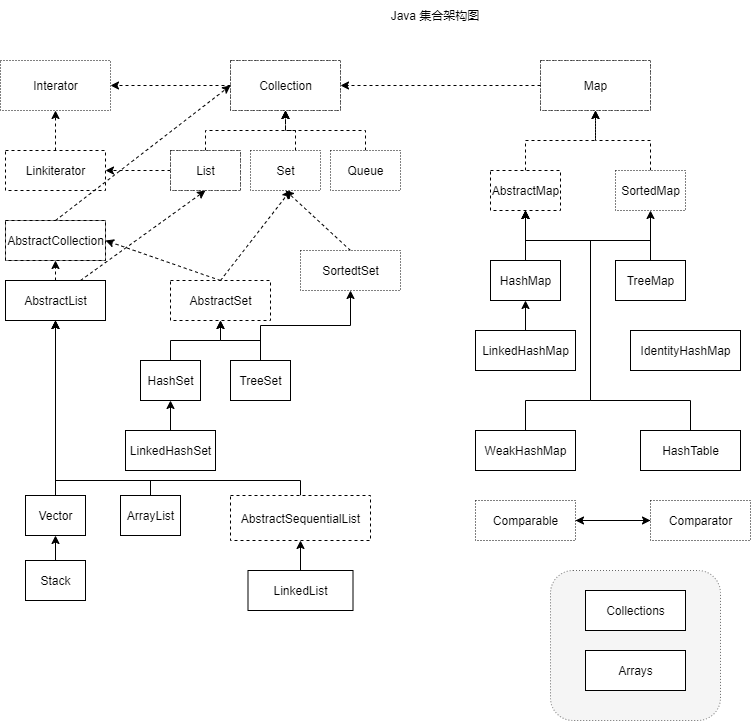
gongthub/wiki keeps this draw.io diagram as docs/Resources/collection.png. Above is the earlier version. Source tidied: cells renumbered, new cells last; positions are measured from the earlier drawing's top-left corner, leaving out a move shared by most shapes. Its diagram source:
```xml
<mxGraphModel>
  <root>
    <mxCell id="0" />
    <mxCell id="1" parent="0" />
    <mxCell id="2" style="rounded=1;whiteSpace=wrap;html=1;dashed=1;dashPattern=1 2;fillColor=#f5f5f5;strokeColor=#666666;fontColor=#333333;" parent="1" vertex="1">
      <mxGeometry x="550" y="570" width="170" height="150" as="geometry" />
    </mxCell>
    <mxCell id="3" value="Interator" style="html=1;dashed=1;dashPattern=1 2;" parent="1" vertex="1">
      <mxGeometry y="60" width="110" height="50" as="geometry" />
    </mxCell>
    <mxCell id="4" value="Collection" style="html=1;dashed=1;" parent="1" vertex="1">
      <mxGeometry x="230" y="60" width="110" height="50" as="geometry" />
    </mxCell>
    <mxCell id="5" value="Map" style="html=1;dashed=1;" parent="1" vertex="1">
      <mxGeometry x="540" y="60" width="110" height="50" as="geometry" />
    </mxCell>
    <mxCell id="6" style="edgeStyle=orthogonalEdgeStyle;rounded=0;jettySize=auto;html=1;exitX=0.5;exitY=0;exitDx=0;exitDy=0;dashed=1;" parent="1" edge="1" source="7" target="3">
      <mxGeometry relative="1" as="geometry" />
    </mxCell>
    <mxCell id="7" value="Linkiterator" style="html=1;dashed=1;" parent="1" vertex="1">
      <mxGeometry x="5" y="150" width="100" height="40" as="geometry" />
    </mxCell>
    <mxCell id="8" value="List" style="html=1;dashed=1;" parent="1" vertex="1">
      <mxGeometry x="170" y="150" width="70" height="40" as="geometry" />
    </mxCell>
    <mxCell id="9" style="edgeStyle=orthogonalEdgeStyle;rounded=0;jettySize=auto;html=1;exitX=0.5;exitY=0;exitDx=0;exitDy=0;dashed=1;" parent="1" edge="1" target="62">
      <mxGeometry relative="1" as="geometry">
        <mxPoint x="295" y="150" as="sourcePoint" />
      </mxGeometry>
    </mxCell>
    <mxCell id="10" style="edgeStyle=orthogonalEdgeStyle;rounded=0;jettySize=auto;html=1;exitX=0.5;exitY=0;exitDx=0;exitDy=0;dashed=1;entryX=0.5;entryY=1;entryDx=0;entryDy=0;" parent="1" edge="1" source="11" target="57">
      <mxGeometry relative="1" as="geometry" />
    </mxCell>
    <mxCell id="11" value="SortedMap" style="html=1;dashed=1;dashPattern=1 2;" parent="1" vertex="1">
      <mxGeometry x="615" y="170" width="70" height="40" as="geometry" />
    </mxCell>
    <mxCell id="12" value="AbstractCollection" style="html=1;" parent="1" vertex="1">
      <mxGeometry x="5" y="220" width="100" height="40" as="geometry" />
    </mxCell>
    <mxCell id="13" style="edgeStyle=none;rounded=0;jettySize=auto;html=1;exitX=0.75;exitY=0;exitDx=0;exitDy=0;entryX=0.5;entryY=1;entryDx=0;entryDy=0;dashed=1;" parent="1" edge="1" source="15" target="65">
      <mxGeometry relative="1" as="geometry" />
    </mxCell>
    <mxCell id="14" style="edgeStyle=none;rounded=0;jettySize=auto;html=1;exitX=0.5;exitY=0;exitDx=0;exitDy=0;entryX=0.5;entryY=1;entryDx=0;entryDy=0;dashed=1;" parent="1" edge="1" source="15" target="69">
      <mxGeometry relative="1" as="geometry" />
    </mxCell>
    <mxCell id="15" value="AbstractList" style="html=1;" parent="1" vertex="1">
      <mxGeometry x="5" y="280" width="100" height="40" as="geometry" />
    </mxCell>
    <mxCell id="16" style="edgeStyle=none;rounded=0;jettySize=auto;html=1;exitX=0.5;exitY=0;exitDx=0;exitDy=0;dashed=1;" parent="1" edge="1" source="18">
      <mxGeometry relative="1" as="geometry">
        <mxPoint x="290" y="190" as="targetPoint" />
      </mxGeometry>
    </mxCell>
    <mxCell id="17" style="edgeStyle=none;rounded=0;jettySize=auto;html=1;exitX=0.5;exitY=0;exitDx=0;exitDy=0;entryX=1;entryY=0.5;entryDx=0;entryDy=0;dashed=1;" parent="1" edge="1" source="18" target="69">
      <mxGeometry relative="1" as="geometry" />
    </mxCell>
    <mxCell id="18" value="AbstractSet" style="html=1;dashed=1;" parent="1" vertex="1">
      <mxGeometry x="170" y="280" width="100" height="40" as="geometry" />
    </mxCell>
    <mxCell id="19" style="edgeStyle=none;rounded=0;jettySize=auto;html=1;exitX=0.5;exitY=0;exitDx=0;exitDy=0;entryX=0.5;entryY=1;entryDx=0;entryDy=0;dashed=1;" parent="1" edge="1" source="20" target="60">
      <mxGeometry relative="1" as="geometry" />
    </mxCell>
    <mxCell id="20" value="SortedtSet" style="html=1;dashed=1;dashPattern=1 2;" parent="1" vertex="1">
      <mxGeometry x="300" y="250" width="100" height="40" as="geometry" />
    </mxCell>
    <mxCell id="21" style="edgeStyle=orthogonalEdgeStyle;rounded=0;jettySize=auto;html=1;exitX=0.5;exitY=0;exitDx=0;exitDy=0;entryX=0.5;entryY=1;entryDx=0;entryDy=0;" parent="1" edge="1" source="22" target="18">
      <mxGeometry relative="1" as="geometry" />
    </mxCell>
    <mxCell id="22" value="HashSet" style="html=1;" parent="1" vertex="1">
      <mxGeometry x="140" y="360" width="60" height="40" as="geometry" />
    </mxCell>
    <mxCell id="23" style="edgeStyle=orthogonalEdgeStyle;rounded=0;jettySize=auto;html=1;exitX=0.5;exitY=0;exitDx=0;exitDy=0;" parent="1" edge="1" source="25">
      <mxGeometry relative="1" as="geometry">
        <mxPoint x="220" y="320" as="targetPoint" />
      </mxGeometry>
    </mxCell>
    <mxCell id="24" style="edgeStyle=orthogonalEdgeStyle;rounded=0;jettySize=auto;html=1;exitX=0.5;exitY=0;exitDx=0;exitDy=0;entryX=0.5;entryY=1;entryDx=0;entryDy=0;" parent="1" edge="1" source="25" target="20">
      <mxGeometry relative="1" as="geometry" />
    </mxCell>
    <mxCell id="25" value="TreeSet" style="html=1;" parent="1" vertex="1">
      <mxGeometry x="230" y="360" width="60" height="40" as="geometry" />
    </mxCell>
    <mxCell id="26" style="edgeStyle=orthogonalEdgeStyle;rounded=0;jettySize=auto;html=1;exitX=0.5;exitY=0;exitDx=0;exitDy=0;entryX=0.5;entryY=1;entryDx=0;entryDy=0;" parent="1" edge="1" source="27" target="22">
      <mxGeometry relative="1" as="geometry" />
    </mxCell>
    <mxCell id="27" value="LinkedHashSet" style="html=1;" parent="1" vertex="1">
      <mxGeometry x="125" y="430" width="90" height="40" as="geometry" />
    </mxCell>
    <mxCell id="28" style="edgeStyle=none;rounded=0;jettySize=auto;html=1;exitX=0.5;exitY=0;exitDx=0;exitDy=0;entryX=0.5;entryY=1;entryDx=0;entryDy=0;" parent="1" edge="1" source="29" target="15">
      <mxGeometry relative="1" as="geometry" />
    </mxCell>
    <mxCell id="29" value="Vector" style="html=1;" parent="1" vertex="1">
      <mxGeometry x="25" y="495" width="60" height="40" as="geometry" />
    </mxCell>
    <mxCell id="30" style="edgeStyle=orthogonalEdgeStyle;rounded=0;jettySize=auto;html=1;exitX=0.5;exitY=0;exitDx=0;exitDy=0;entryX=0.5;entryY=1;entryDx=0;entryDy=0;" parent="1" edge="1" source="31" target="29">
      <mxGeometry relative="1" as="geometry" />
    </mxCell>
    <mxCell id="31" value="Stack" style="html=1;" parent="1" vertex="1">
      <mxGeometry x="25" y="560" width="60" height="40" as="geometry" />
    </mxCell>
    <mxCell id="32" style="edgeStyle=orthogonalEdgeStyle;rounded=0;jettySize=auto;html=1;exitX=0.5;exitY=0;exitDx=0;exitDy=0;entryX=0.5;entryY=1;entryDx=0;entryDy=0;" parent="1" edge="1" source="33" target="15">
      <mxGeometry relative="1" as="geometry">
        <Array as="points">
          <mxPoint x="150" y="480" />
          <mxPoint x="55" y="480" />
        </Array>
      </mxGeometry>
    </mxCell>
    <mxCell id="33" value="ArrayList" style="html=1;" parent="1" vertex="1">
      <mxGeometry x="120" y="495" width="60" height="40" as="geometry" />
    </mxCell>
    <mxCell id="34" style="edgeStyle=orthogonalEdgeStyle;rounded=0;jettySize=auto;html=1;exitX=0.5;exitY=0;exitDx=0;exitDy=0;entryX=0.5;entryY=1;entryDx=0;entryDy=0;" parent="1" edge="1" source="35" target="15">
      <mxGeometry relative="1" as="geometry">
        <Array as="points">
          <mxPoint x="300" y="480" />
          <mxPoint x="55" y="480" />
        </Array>
      </mxGeometry>
    </mxCell>
    <mxCell id="35" value="AbstractSequentialList" style="html=1;dashed=1;" parent="1" vertex="1">
      <mxGeometry x="230" y="495" width="140" height="45" as="geometry" />
    </mxCell>
    <mxCell id="36" style="edgeStyle=orthogonalEdgeStyle;rounded=0;jettySize=auto;html=1;exitX=0.5;exitY=0;exitDx=0;exitDy=0;entryX=0.5;entryY=1;entryDx=0;entryDy=0;" parent="1" edge="1" source="37" target="35">
      <mxGeometry relative="1" as="geometry" />
    </mxCell>
    <mxCell id="37" value="LinkedList" style="html=1;" parent="1" vertex="1">
      <mxGeometry x="247.5" y="570" width="105" height="40" as="geometry" />
    </mxCell>
    <mxCell id="38" style="edgeStyle=orthogonalEdgeStyle;rounded=0;jettySize=auto;html=1;exitX=0.5;exitY=0;exitDx=0;exitDy=0;entryX=0.5;entryY=1;entryDx=0;entryDy=0;" parent="1" edge="1" source="39" target="67">
      <mxGeometry relative="1" as="geometry" />
    </mxCell>
    <mxCell id="39" value="HashMap" style="html=1;" parent="1" vertex="1">
      <mxGeometry x="490" y="260" width="70" height="40" as="geometry" />
    </mxCell>
    <mxCell id="40" style="edgeStyle=orthogonalEdgeStyle;rounded=0;jettySize=auto;html=1;exitX=0.5;exitY=0;exitDx=0;exitDy=0;entryX=0.5;entryY=1;entryDx=0;entryDy=0;" parent="1" edge="1" source="41" target="39">
      <mxGeometry relative="1" as="geometry" />
    </mxCell>
    <mxCell id="41" value="LinkedHashMap" style="html=1;" parent="1" vertex="1">
      <mxGeometry x="475" y="330" width="100" height="40" as="geometry" />
    </mxCell>
    <mxCell id="42" style="edgeStyle=orthogonalEdgeStyle;rounded=0;jettySize=auto;html=1;exitX=0.5;exitY=0;exitDx=0;exitDy=0;entryX=0.5;entryY=1;entryDx=0;entryDy=0;" parent="1" edge="1" source="44" target="11">
      <mxGeometry relative="1" as="geometry" />
    </mxCell>
    <mxCell id="43" style="edgeStyle=orthogonalEdgeStyle;rounded=0;jettySize=auto;html=1;exitX=0.5;exitY=0;exitDx=0;exitDy=0;entryX=0.5;entryY=1;entryDx=0;entryDy=0;" parent="1" edge="1" source="44" target="67">
      <mxGeometry relative="1" as="geometry">
        <Array as="points">
          <mxPoint x="650" y="240" />
          <mxPoint x="525" y="240" />
        </Array>
      </mxGeometry>
    </mxCell>
    <mxCell id="44" value="TreeMap" style="html=1;" parent="1" vertex="1">
      <mxGeometry x="615" y="260" width="70" height="40" as="geometry" />
    </mxCell>
    <mxCell id="45" value="IdentityHashMap" style="html=1;" parent="1" vertex="1">
      <mxGeometry x="630" y="330" width="110" height="40" as="geometry" />
    </mxCell>
    <mxCell id="46" style="edgeStyle=orthogonalEdgeStyle;rounded=0;jettySize=auto;html=1;exitX=0.5;exitY=0;exitDx=0;exitDy=0;entryX=0.5;entryY=1;entryDx=0;entryDy=0;" parent="1" edge="1" source="47" target="67">
      <mxGeometry relative="1" as="geometry">
        <Array as="points">
          <mxPoint x="525" y="400" />
          <mxPoint x="590" y="400" />
          <mxPoint x="590" y="240" />
          <mxPoint x="525" y="240" />
        </Array>
      </mxGeometry>
    </mxCell>
    <mxCell id="47" value="WeakHashMap" style="html=1;" parent="1" vertex="1">
      <mxGeometry x="475" y="430" width="100" height="40" as="geometry" />
    </mxCell>
    <mxCell id="48" style="edgeStyle=orthogonalEdgeStyle;rounded=0;jettySize=auto;html=1;exitX=0.5;exitY=0;exitDx=0;exitDy=0;entryX=0.5;entryY=1;entryDx=0;entryDy=0;" parent="1" edge="1" source="49" target="67">
      <mxGeometry relative="1" as="geometry">
        <Array as="points">
          <mxPoint x="690" y="400" />
          <mxPoint x="590" y="400" />
          <mxPoint x="590" y="240" />
          <mxPoint x="525" y="240" />
        </Array>
      </mxGeometry>
    </mxCell>
    <mxCell id="49" value="HashTable" style="html=1;" parent="1" vertex="1">
      <mxGeometry x="640" y="430" width="100" height="40" as="geometry" />
    </mxCell>
    <mxCell id="50" style="edgeStyle=orthogonalEdgeStyle;rounded=0;jettySize=auto;html=1;exitX=1;exitY=0.5;exitDx=0;exitDy=0;entryX=0;entryY=0.5;entryDx=0;entryDy=0;" parent="1" edge="1" source="51" target="53">
      <mxGeometry relative="1" as="geometry" />
    </mxCell>
    <mxCell id="51" value="Comparable" style="html=1;dashed=1;dashPattern=1 2;" parent="1" vertex="1">
      <mxGeometry x="475" y="500" width="100" height="40" as="geometry" />
    </mxCell>
    <mxCell id="52" style="edgeStyle=orthogonalEdgeStyle;rounded=0;jettySize=auto;html=1;entryX=1;entryY=0.5;entryDx=0;entryDy=0;" parent="1" edge="1" source="53" target="51">
      <mxGeometry relative="1" as="geometry" />
    </mxCell>
    <mxCell id="53" value="Comparator" style="html=1;dashed=1;dashPattern=1 2;" parent="1" vertex="1">
      <mxGeometry x="650" y="500" width="100" height="40" as="geometry" />
    </mxCell>
    <mxCell id="54" value="Collections" style="html=1;" parent="1" vertex="1">
      <mxGeometry x="585" y="590" width="100" height="40" as="geometry" />
    </mxCell>
    <mxCell id="55" value="Arrays" style="html=1;" parent="1" vertex="1">
      <mxGeometry x="585" y="650" width="100" height="40" as="geometry" />
    </mxCell>
    <mxCell id="56" style="edgeStyle=none;rounded=0;jettySize=auto;html=1;entryX=1;entryY=0.5;entryDx=0;entryDy=0;dashed=1;" parent="1" edge="1" source="57" target="62">
      <mxGeometry relative="1" as="geometry" />
    </mxCell>
    <mxCell id="57" value="Map" style="html=1;dashed=1;dashPattern=1 2;" parent="1" vertex="1">
      <mxGeometry x="540" y="60" width="110" height="50" as="geometry" />
    </mxCell>
    <mxCell id="58" style="edgeStyle=orthogonalEdgeStyle;rounded=0;jettySize=auto;html=1;exitX=0.5;exitY=0;exitDx=0;exitDy=0;entryX=0.5;entryY=1;entryDx=0;entryDy=0;dashed=1;" parent="1" edge="1" source="59" target="62">
      <mxGeometry relative="1" as="geometry" />
    </mxCell>
    <mxCell id="59" value="Queue" style="html=1;dashed=1;dashPattern=1 2;" parent="1" vertex="1">
      <mxGeometry x="330" y="150" width="70" height="40" as="geometry" />
    </mxCell>
    <mxCell id="60" value="Set" style="html=1;dashed=1;dashPattern=1 2;" parent="1" vertex="1">
      <mxGeometry x="250" y="150" width="70" height="40" as="geometry" />
    </mxCell>
    <mxCell id="61" style="edgeStyle=none;rounded=0;jettySize=auto;html=1;entryX=1;entryY=0.5;entryDx=0;entryDy=0;dashed=1;" parent="1" edge="1" source="62" target="3">
      <mxGeometry relative="1" as="geometry" />
    </mxCell>
    <mxCell id="62" value="Collection" style="html=1;dashed=1;dashPattern=1 2;" parent="1" vertex="1">
      <mxGeometry x="230" y="60" width="110" height="50" as="geometry" />
    </mxCell>
    <mxCell id="63" style="edgeStyle=orthogonalEdgeStyle;rounded=0;jettySize=auto;html=1;exitX=0.5;exitY=0;exitDx=0;exitDy=0;entryX=0.5;entryY=1;entryDx=0;entryDy=0;dashed=1;" parent="1" edge="1" source="65" target="62">
      <mxGeometry relative="1" as="geometry" />
    </mxCell>
    <mxCell id="64" style="edgeStyle=none;rounded=0;jettySize=auto;html=1;exitX=0;exitY=0.5;exitDx=0;exitDy=0;dashed=1;" parent="1" edge="1" source="65" target="7">
      <mxGeometry relative="1" as="geometry" />
    </mxCell>
    <mxCell id="65" value="List" style="html=1;dashed=1;dashPattern=1 2;" parent="1" vertex="1">
      <mxGeometry x="170" y="150" width="70" height="40" as="geometry" />
    </mxCell>
    <mxCell id="66" style="edgeStyle=orthogonalEdgeStyle;rounded=0;jettySize=auto;html=1;exitX=0.5;exitY=0;exitDx=0;exitDy=0;entryX=0.5;entryY=1;entryDx=0;entryDy=0;dashed=1;" parent="1" edge="1" source="67" target="57">
      <mxGeometry relative="1" as="geometry" />
    </mxCell>
    <mxCell id="67" value="AbstractMap" style="html=1;dashed=1;" parent="1" vertex="1">
      <mxGeometry x="490" y="170" width="70" height="40" as="geometry" />
    </mxCell>
    <mxCell id="68" style="rounded=0;jettySize=auto;html=1;exitX=0.5;exitY=0;exitDx=0;exitDy=0;entryX=0;entryY=0.5;entryDx=0;entryDy=0;dashed=1;" parent="1" edge="1" source="69" target="62">
      <mxGeometry relative="1" as="geometry" />
    </mxCell>
    <mxCell id="69" value="AbstractCollection" style="html=1;dashed=1;" parent="1" vertex="1">
      <mxGeometry x="5" y="220" width="100" height="40" as="geometry" />
    </mxCell>
    <mxCell id="70" value="Java 集合架构图" style="text;html=1;strokeColor=none;fillColor=none;align=center;verticalAlign=middle;whiteSpace=wrap;rounded=0;dashed=1;dashPattern=1 2;" parent="1" vertex="1">
      <mxGeometry x="370" width="130" height="30" as="geometry" />
    </mxCell>
  </root>
</mxGraphModel>
```
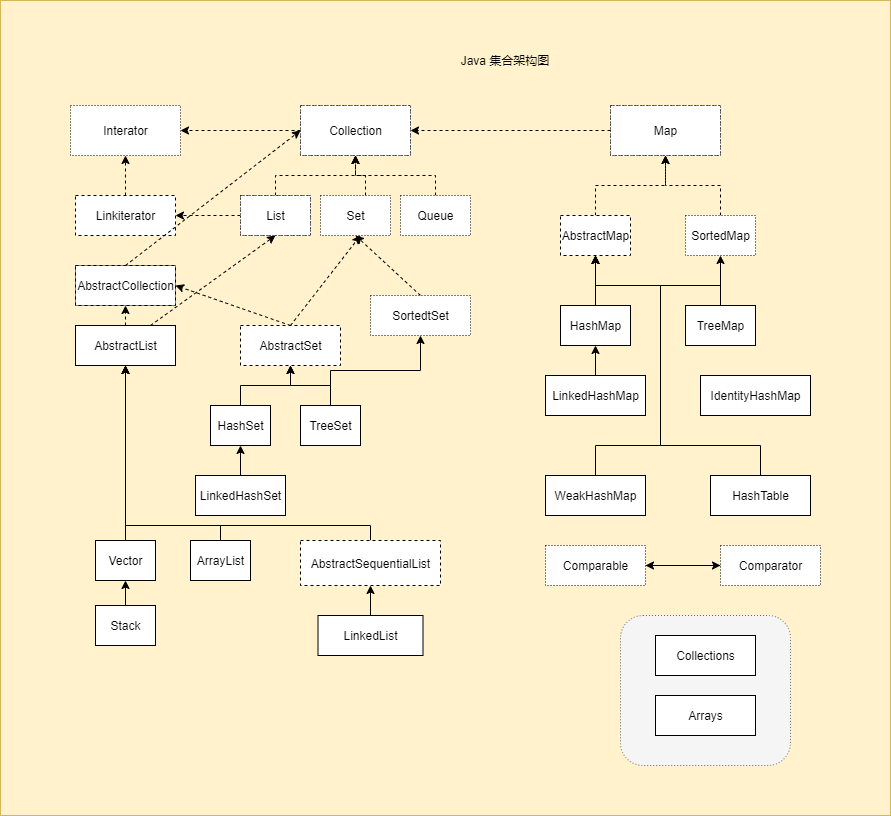
The same file after the commit.

Diff of the diagram source:
```diff
@@ -2,6 +2,9 @@
   <root>
     <mxCell id="0" />
     <mxCell id="1" parent="0" />
+    <mxCell id="71" style="rounded=0;whiteSpace=wrap;html=1;fillColor=#fff2cc;strokeColor=#d6b656;" parent="1" vertex="1">
+      <mxGeometry x="-70" y="-45" width="890" height="815" as="geometry" />
+    </mxCell>
     <mxCell id="2" style="rounded=1;whiteSpace=wrap;html=1;dashed=1;dashPattern=1 2;fillColor=#f5f5f5;strokeColor=#666666;fontColor=#333333;" parent="1" vertex="1">
       <mxGeometry x="550" y="570" width="170" height="150" as="geometry" />
     </mxCell>
```
